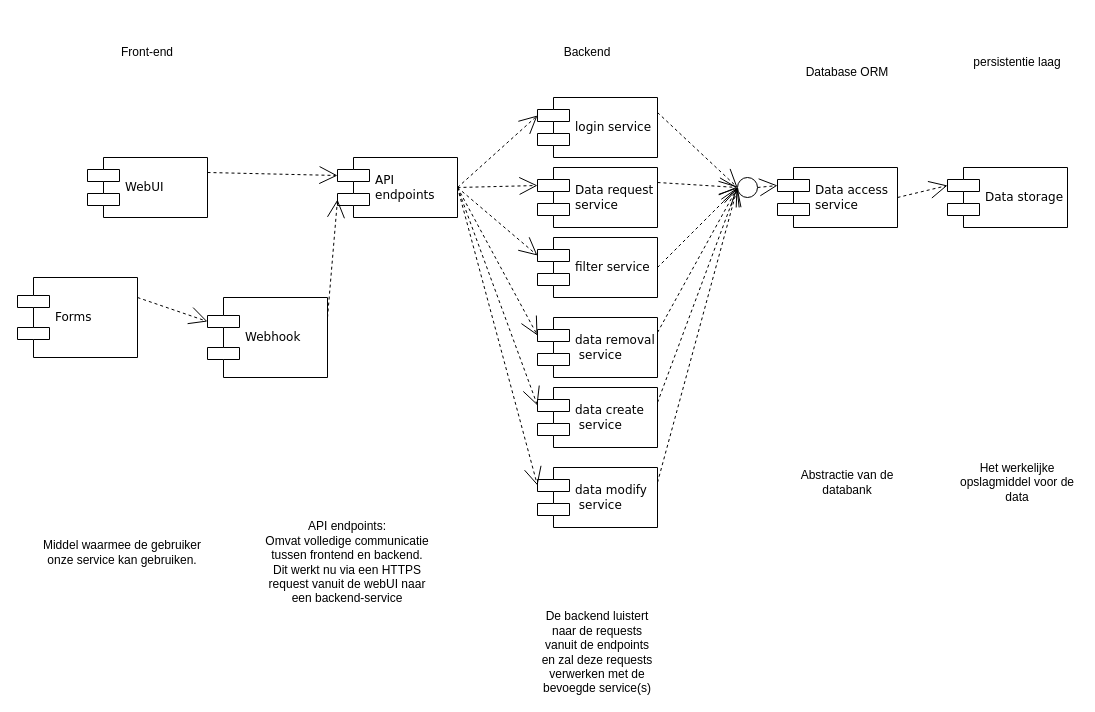
This is docs/Component Diagram/component_diagram.drawio from SELab-2/OSOC-2, a draw.io file, before an edit. Source tidied: cells renumbered, new cells numbered last; positions are measured from the earlier drawing's top-left corner, leaving out a move shared by most shapes. Both pictures are drawn from the tidied source at 100%, with x=0, y=0 at pixel (17, 17).
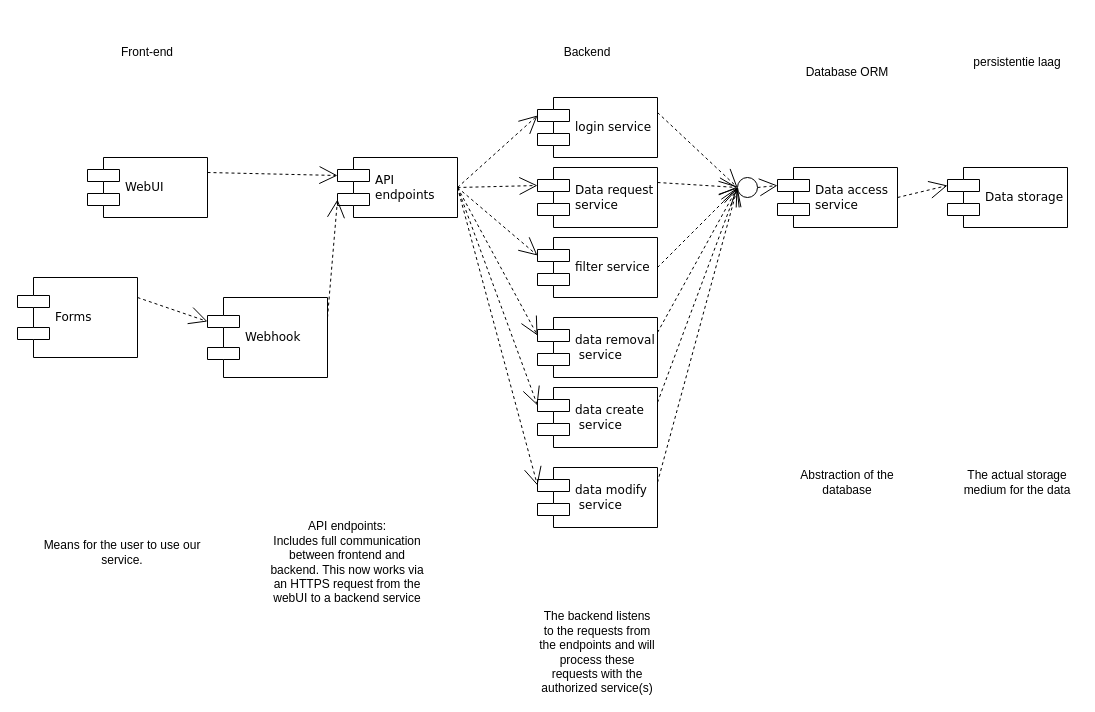
The same page after the edit.

The edit, as a diff of the source:
```diff
@@
-    <mxCell id="26" value="API endpoints:&lt;br&gt;Omvat volledige communicatie tussen frontend en backend. Dit werkt nu via een HTTPS request vanuit de webUI naar een backend-service" style="text;html=1;strokeColor=none;fillColor=none;align=center;verticalAlign=middle;whiteSpace=wrap;rounded=0;" parent="1" vertex="1">
+    <mxCell id="26" value="&lt;div&gt;API endpoints:&lt;/div&gt;&lt;div&gt;Includes full communication between frontend and backend. This now works via an HTTPS request from the webUI to a backend service&lt;/div&gt;" style="text;html=1;strokeColor=none;fillColor=none;align=center;verticalAlign=middle;whiteSpace=wrap;rounded=0;" parent="1" vertex="1">
       <mxGeometry x="245" y="470" width="170" height="150" as="geometry" />
     </mxCell>
-    <mxCell id="27" value="De backend luistert naar de requests vanuit de endpoints en zal deze requests verwerken met de bevoegde service(s)" style="text;html=1;strokeColor=none;fillColor=none;align=center;verticalAlign=middle;whiteSpace=wrap;rounded=0;" parent="1" vertex="1">
+    <mxCell id="27" value="The backend listens to the requests from the endpoints and will process these requests with the authorized service(s)" style="text;html=1;strokeColor=none;fillColor=none;align=center;verticalAlign=middle;whiteSpace=wrap;rounded=0;" parent="1" vertex="1">
       <mxGeometry x="520" y="600" width="120" height="70" as="geometry" />
     </mxCell>
-    <mxCell id="28" value="Abstractie van de databank" style="text;html=1;strokeColor=none;fillColor=none;align=center;verticalAlign=middle;whiteSpace=wrap;rounded=0;" parent="1" vertex="1">
+    <mxCell id="28" value="Abstraction of the database" style="text;html=1;strokeColor=none;fillColor=none;align=center;verticalAlign=middle;whiteSpace=wrap;rounded=0;" parent="1" vertex="1">
       <mxGeometry x="770" y="430" width="120" height="70" as="geometry" />
     </mxCell>
-    <mxCell id="29" value="Het werkelijke opslagmiddel voor de data" style="text;html=1;strokeColor=none;fillColor=none;align=center;verticalAlign=middle;whiteSpace=wrap;rounded=0;" parent="1" vertex="1">
+    <mxCell id="29" value="The actual storage medium for the data" style="text;html=1;strokeColor=none;fillColor=none;align=center;verticalAlign=middle;whiteSpace=wrap;rounded=0;" parent="1" vertex="1">
       <mxGeometry x="940" y="430" width="120" height="70" as="geometry" />
     </mxCell>
-    <mxCell id="30" value="Middel waarmee de gebruiker onze service kan gebruiken." style="text;html=1;strokeColor=none;fillColor=none;align=center;verticalAlign=middle;whiteSpace=wrap;rounded=0;" parent="1" vertex="1">
+    <mxCell id="30" value="Means for the user to use our service." style="text;html=1;strokeColor=none;fillColor=none;align=center;verticalAlign=middle;whiteSpace=wrap;rounded=0;" parent="1" vertex="1">
       <mxGeometry x="20" y="460" width="170" height="150" as="geometry" />
     </mxCell>
```
